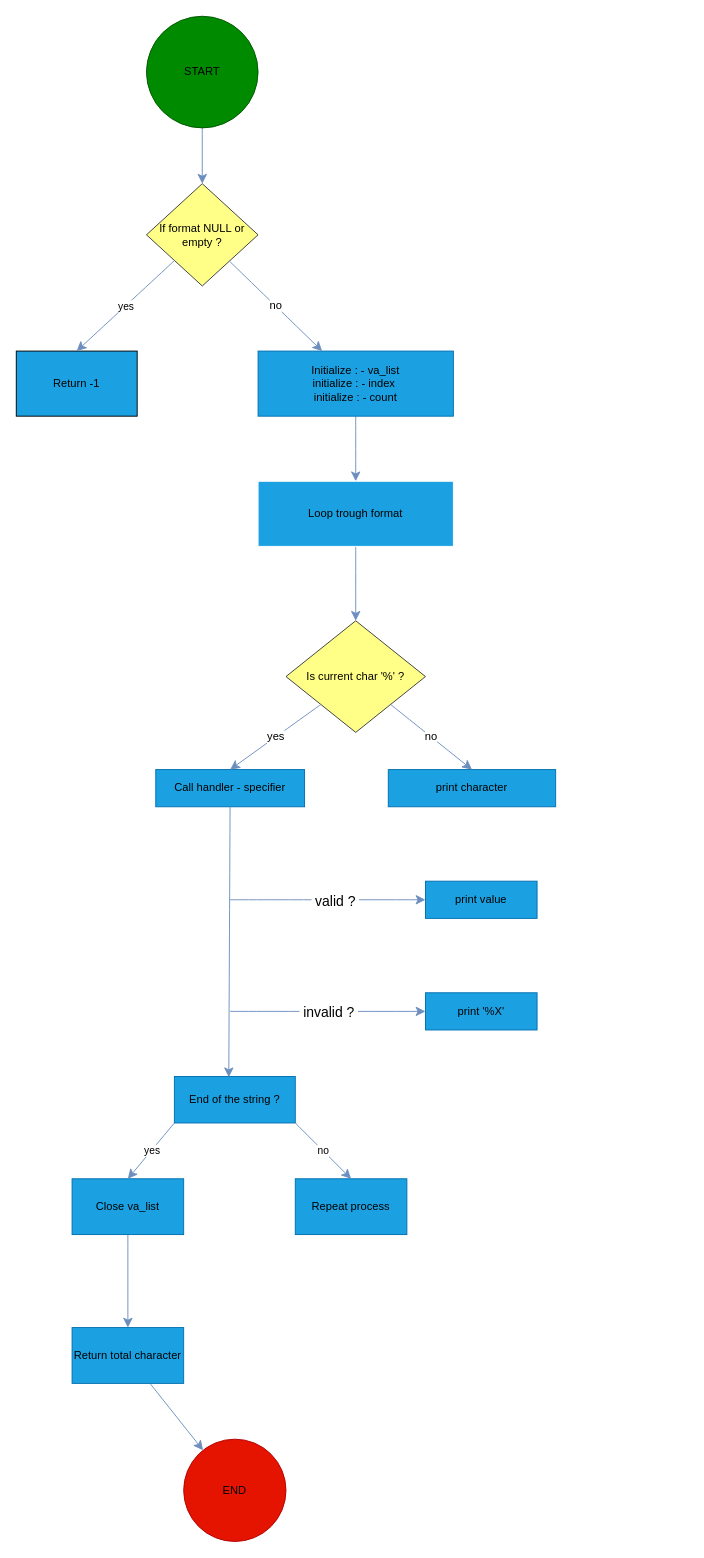
This is Diagramme sans nom.drawio from Warrre/holbertonschool-low_level_programming, a draw.io file, before an edit. Source tidied: cells renumbered, new cells numbered last; positions are measured from the earlier drawing's top-left corner, leaving out a move shared by most shapes. Both pictures are drawn from the tidied source at 93%, with x=0, y=0 at pixel (16, 16).
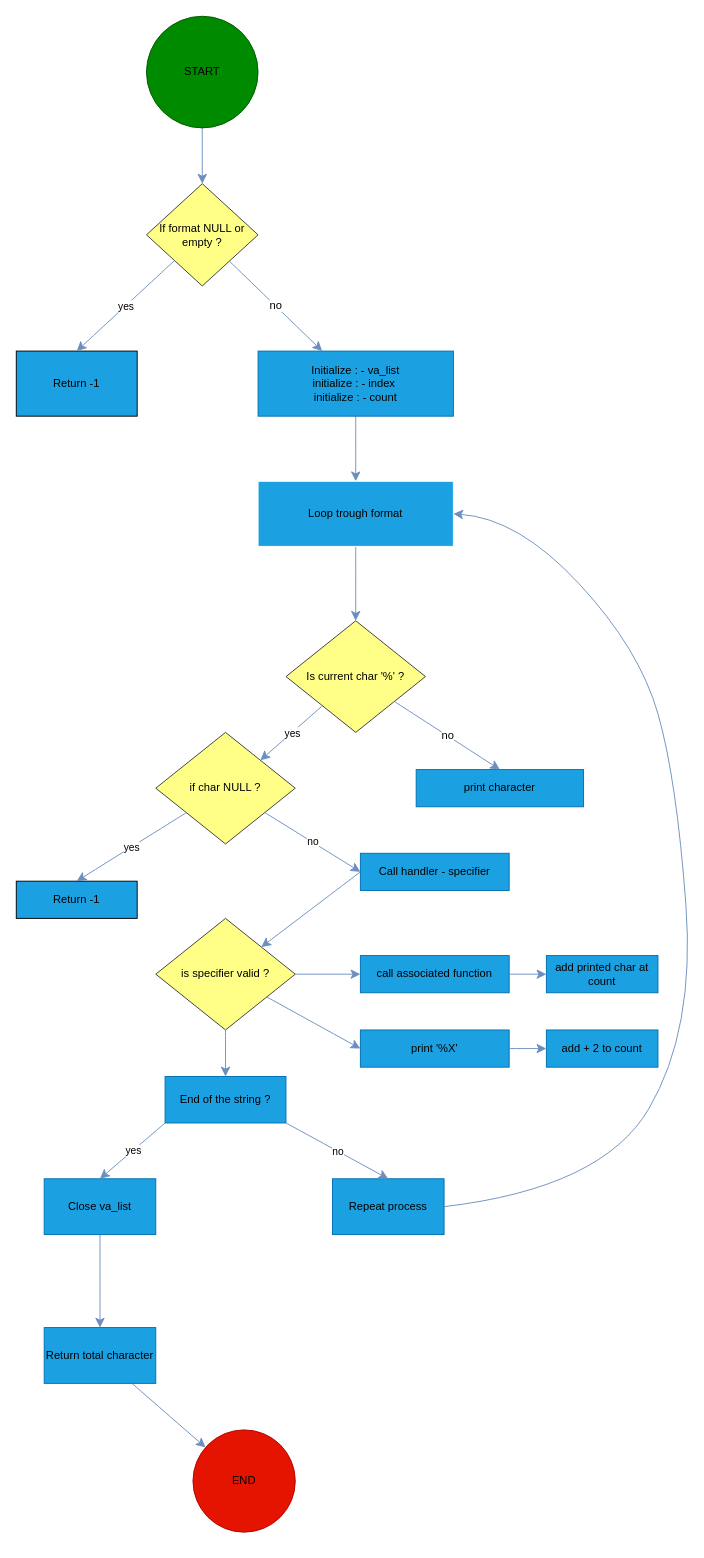
Above is the later version.

Commit message:
Mettre à jour Diagramme sans nom.drawio

The change refers to these unchanged cells:
```xml
<mxCell id="5" value="&lt;font style=&quot;color: rgb(0, 0, 0);&quot;&gt;Loop trough format&lt;/font&gt;" style="whiteSpace=wrap;html=1;labelBackgroundColor=none;fillColor=#1ba1e2;strokeColor=#FFFFFF;fontColor=#ffffff;" parent="1" vertex="1">
  <mxGeometry x="260" y="500" width="210" height="70" as="geometry" />
</mxCell>
<mxCell id="8" value="Is current char '%' ?" style="rhombus;whiteSpace=wrap;html=1;fillColor=#ffff88;strokeColor=#36393d;labelBackgroundColor=none;" parent="1" vertex="1">
  <mxGeometry x="290" y="650" width="150" height="120" as="geometry" />
</mxCell>
```

What changed in the source:
```diff
@@
     <mxCell id="9" value="&lt;div&gt;&lt;font style=&quot;color: rgb(0, 0, 0);&quot;&gt;Call handler - specifier&lt;/font&gt;&lt;/div&gt;" style="whiteSpace=wrap;html=1;fillColor=#1ba1e2;strokeColor=#006EAF;labelBackgroundColor=none;fontColor=#ffffff;" parent="1" vertex="1">
-      <mxGeometry x="150" y="810" width="160" height="40" as="geometry" />
+      <mxGeometry x="370" y="900" width="160" height="40" as="geometry" />
     </mxCell>
     <mxCell id="10" value="&lt;font style=&quot;color: rgb(0, 0, 0);&quot;&gt;print character&lt;/font&gt;" style="whiteSpace=wrap;html=1;fillColor=#1ba1e2;strokeColor=#006EAF;labelBackgroundColor=none;fontColor=#ffffff;" parent="1" vertex="1">
-      <mxGeometry x="400" y="810" width="180" height="40" as="geometry" />
+      <mxGeometry x="430" y="810" width="180" height="40" as="geometry" />
     </mxCell>
     <mxCell id="11" value="&lt;font style=&quot;color: rgb(0, 0, 0);&quot;&gt;End of the string ?&lt;/font&gt;" style="whiteSpace=wrap;html=1;fillColor=#1ba1e2;strokeColor=#006EAF;labelBackgroundColor=none;fontColor=#ffffff;" parent="1" vertex="1">
-      <mxGeometry x="170" y="1140" width="130" height="50" as="geometry" />
+      <mxGeometry x="160" y="1140" width="130" height="50" as="geometry" />
     </mxCell>
-    <mxCell id="12" value="&lt;font style=&quot;color: rgb(0, 0, 0);&quot;&gt;print value&lt;/font&gt;" style="whiteSpace=wrap;html=1;fillColor=#1ba1e2;strokeColor=#006EAF;fontColor=#ffffff;" parent="1" vertex="1">
-      <mxGeometry x="440" y="930" width="120" height="40" as="geometry" />
+    <mxCell id="12" value="&lt;font style=&quot;color: rgb(0, 0, 0);&quot;&gt;call associated function&lt;/font&gt;" style="whiteSpace=wrap;html=1;fillColor=#1ba1e2;strokeColor=#006EAF;fontColor=#ffffff;" parent="1" vertex="1">
+      <mxGeometry x="370" y="1010" width="160" height="40" as="geometry" />
     </mxCell>
     <mxCell id="13" value="&lt;font style=&quot;color: rgb(0, 0, 0);&quot;&gt;print '%X'&lt;/font&gt;" style="whiteSpace=wrap;html=1;fillColor=#1ba1e2;strokeColor=#006EAF;fontColor=#ffffff;" parent="1" vertex="1">
-      <mxGeometry x="440" y="1050" width="120" height="40" as="geometry" />
+      <mxGeometry x="370" y="1090" width="160" height="40" as="geometry" />
     </mxCell>
     <mxCell id="14" value="&lt;font style=&quot;color: rgb(0, 0, 0);&quot;&gt;Repeat process&lt;/font&gt;" style="whiteSpace=wrap;html=1;fillColor=#1ba1e2;strokeColor=#006EAF;labelBackgroundColor=none;fontColor=#ffffff;" parent="1" vertex="1">
-      <mxGeometry x="300" y="1250" width="120" height="60" as="geometry" />
+      <mxGeometry x="340" y="1250" width="120" height="60" as="geometry" />
     </mxCell>
@@
     <mxCell id="16" value="&lt;font style=&quot;color: rgb(0, 0, 0);&quot;&gt;Close va_list&lt;/font&gt;" style="whiteSpace=wrap;html=1;fillColor=#1ba1e2;strokeColor=#006EAF;labelBackgroundColor=none;fontColor=#ffffff;" parent="1" vertex="1">
-      <mxGeometry x="60" y="1250" width="120" height="60" as="geometry" />
+      <mxGeometry x="30" y="1250" width="120" height="60" as="geometry" />
     </mxCell>
@@
     <mxCell id="18" value="&lt;font style=&quot;color: rgb(0, 0, 0);&quot;&gt;Return total character&lt;/font&gt;" style="whiteSpace=wrap;html=1;fillColor=#1ba1e2;strokeColor=#006EAF;labelBackgroundColor=none;fontColor=#ffffff;" parent="1" vertex="1">
-      <mxGeometry x="60" y="1410" width="120" height="60" as="geometry" />
+      <mxGeometry x="30" y="1410" width="120" height="60" as="geometry" />
     </mxCell>
     <mxCell id="19" value="&lt;font style=&quot;color: rgb(0, 0, 0);&quot;&gt;END&lt;/font&gt;" style="ellipse;whiteSpace=wrap;html=1;fillColor=#e51400;strokeColor=#B20000;labelBackgroundColor=none;fontColor=#ffffff;" parent="1" vertex="1">
-      <mxGeometry x="180" y="1530" width="110" height="110" as="geometry" />
+      <mxGeometry x="190" y="1520" width="110" height="110" as="geometry" />
     </mxCell>
@@
-    <mxCell id="22" style="endArrow=classic;html=1;rounded=0;fontSize=12;startSize=8;endSize=8;curved=1;entryX=0.45;entryY=0.017;entryDx=0;entryDy=0;entryPerimeter=0;fillColor=#dae8fc;strokeColor=#6c8ebf;" parent="1" edge="1" source="9" target="11">
-      <mxGeometry relative="1" as="geometry" />
-    </mxCell>
@@
-    <mxCell id="26" value="yes" style="endArrow=classic;html=1;rounded=0;fontSize=12;startSize=8;endSize=8;curved=1;exitX=0;exitY=1;exitDx=0;exitDy=0;entryX=0.5;entryY=0;entryDx=0;entryDy=0;fillColor=#dae8fc;strokeColor=#6c8ebf;" parent="1" edge="1" source="8" target="9">
-      <mxGeometry relative="1" as="geometry" />
-    </mxCell>
@@
-    <mxCell id="28" style="endArrow=classic;html=1;rounded=0;fontSize=12;startSize=8;endSize=8;curved=1;entryX=0;entryY=0.5;entryDx=0;entryDy=0;fillColor=#dae8fc;strokeColor=#6c8ebf;" parent="1" edge="1" target="12">
-      <mxGeometry relative="1" as="geometry">
-        <mxPoint x="230" y="950" as="sourcePoint" />
-      </mxGeometry>
-    </mxCell>
-    <mxCell id="29" value="&amp;nbsp;valid ?&amp;nbsp;" style="edgeLabel;html=1;align=center;verticalAlign=middle;fontSize=15;" parent="28" vertex="1">
-      <mxGeometry relative="1" as="geometry">
-        <mxPoint x="7" as="offset" />
-      </mxGeometry>
-    </mxCell>
-    <mxCell id="30" style="endArrow=classic;html=1;rounded=0;fontSize=12;startSize=8;endSize=8;curved=1;entryX=0;entryY=0.5;entryDx=0;entryDy=0;fillColor=#dae8fc;strokeColor=#6c8ebf;" parent="1" edge="1" target="13">
-      <mxGeometry relative="1" as="geometry">
-        <mxPoint x="230" y="1070" as="sourcePoint" />
-      </mxGeometry>
-    </mxCell>
-    <mxCell id="31" value="&amp;nbsp;invalid ?&amp;nbsp;" style="edgeLabel;html=1;align=center;verticalAlign=middle;fontSize=15;" parent="30" vertex="1">
-      <mxGeometry relative="1" as="geometry" />
-    </mxCell>
@@
+    <mxCell id="36" value="if char NULL ?" style="rhombus;whiteSpace=wrap;html=1;fillColor=#ffff88;strokeColor=#36393d;labelBackgroundColor=none;" parent="1" vertex="1">
+      <mxGeometry x="150" y="770" width="150" height="120" as="geometry" />
+    </mxCell>
+    <mxCell id="37" value="&lt;font style=&quot;color: rgb(0, 0, 0);&quot;&gt;Return -1&lt;/font&gt;" style="whiteSpace=wrap;html=1;labelBackgroundColor=none;fillColor=#1ba1e2;strokeColor=#000000;fontColor=#ffffff;" parent="1" vertex="1">
+      <mxGeometry y="930" width="130" height="40" as="geometry" />
+    </mxCell>
+    <mxCell id="38" style="endArrow=classic;html=1;rounded=0;fontSize=12;startSize=8;endSize=8;curved=1;entryX=0.5;entryY=0;entryDx=0;entryDy=0;fillColor=#dae8fc;strokeColor=#6c8ebf;" parent="1" edge="1" source="36" target="37">
+      <mxGeometry relative="1" as="geometry" />
+    </mxCell>
+    <mxCell id="39" value="yes" style="edgeLabel;html=1;align=center;verticalAlign=middle;" parent="38" vertex="1">
+      <mxGeometry relative="1" as="geometry" />
+    </mxCell>
+    <mxCell id="40" value="is specifier valid ?" style="rhombus;whiteSpace=wrap;html=1;fillColor=#ffff88;strokeColor=#36393d;labelBackgroundColor=none;" parent="1" vertex="1">
+      <mxGeometry x="150" y="970" width="150" height="120" as="geometry" />
+    </mxCell>
+    <mxCell id="41" value="&lt;font color=&quot;#000000&quot;&gt;add printed char at count&lt;/font&gt;" style="whiteSpace=wrap;html=1;fillColor=#1ba1e2;strokeColor=#006EAF;fontColor=#ffffff;" parent="1" vertex="1">
+      <mxGeometry x="570" y="1010" width="120" height="40" as="geometry" />
+    </mxCell>
+    <mxCell id="42" value="&lt;font style=&quot;color: rgb(0, 0, 0);&quot;&gt;add + 2 to count&lt;/font&gt;" style="whiteSpace=wrap;html=1;fillColor=#1ba1e2;strokeColor=#006EAF;fontColor=#ffffff;" parent="1" vertex="1">
+      <mxGeometry x="570" y="1090" width="120" height="40" as="geometry" />
+    </mxCell>
+    <mxCell id="43" style="curved=1;endArrow=classic;html=1;rounded=0;fontSize=12;startSize=8;endSize=8;exitX=1;exitY=0.5;exitDx=0;exitDy=0;entryX=1;entryY=0.5;entryDx=0;entryDy=0;fillColor=#dae8fc;strokeColor=#6c8ebf;" parent="1" edge="1" source="14" target="5">
+      <mxGeometry relative="1" as="geometry">
+        <Array as="points">
+          <mxPoint x="630" y="1260" />
+          <mxPoint x="730" y="1090" />
+          <mxPoint x="710" y="820" />
+          <mxPoint x="670" y="680" />
+          <mxPoint x="540" y="540" />
+        </Array>
+      </mxGeometry>
+    </mxCell>
+    <mxCell id="44" style="endArrow=classic;html=1;rounded=0;fontSize=12;startSize=8;endSize=8;curved=1;entryX=1;entryY=0;entryDx=0;entryDy=0;fillColor=#dae8fc;strokeColor=#6c8ebf;" parent="1" edge="1" source="8" target="36">
+      <mxGeometry relative="1" as="geometry" />
+    </mxCell>
+    <mxCell id="45" value="yes" style="edgeLabel;html=1;align=center;verticalAlign=middle;" parent="44" vertex="1">
+      <mxGeometry relative="1" as="geometry" />
+    </mxCell>
+    <mxCell id="46" style="endArrow=classic;html=1;rounded=0;fontSize=12;startSize=8;endSize=8;curved=1;entryX=0.5;entryY=0;entryDx=0;entryDy=0;exitX=0.5;exitY=1;exitDx=0;exitDy=0;fillColor=#dae8fc;strokeColor=#6c8ebf;" parent="1" edge="1" source="40" target="11">
+      <mxGeometry relative="1" as="geometry" />
+    </mxCell>
+    <mxCell id="47" style="endArrow=classic;html=1;rounded=0;fontSize=12;startSize=8;endSize=8;curved=1;entryX=0;entryY=0.5;entryDx=0;entryDy=0;exitX=1;exitY=0.5;exitDx=0;exitDy=0;fillColor=#dae8fc;strokeColor=#6c8ebf;" parent="1" edge="1" source="13" target="42">
+      <mxGeometry relative="1" as="geometry" />
+    </mxCell>
+    <mxCell id="48" style="endArrow=classic;html=1;rounded=0;fontSize=12;startSize=8;endSize=8;curved=1;entryX=0;entryY=0.5;entryDx=0;entryDy=0;exitX=1;exitY=0.5;exitDx=0;exitDy=0;fillColor=#dae8fc;strokeColor=#6c8ebf;" parent="1" edge="1" source="12" target="41">
+      <mxGeometry relative="1" as="geometry" />
+    </mxCell>
+    <mxCell id="49" style="endArrow=classic;html=1;rounded=0;fontSize=12;startSize=8;endSize=8;curved=1;entryX=0;entryY=0.5;entryDx=0;entryDy=0;fillColor=#dae8fc;strokeColor=#6c8ebf;" parent="1" edge="1" source="36" target="9">
+      <mxGeometry relative="1" as="geometry" />
+    </mxCell>
+    <mxCell id="50" value="no" style="edgeLabel;html=1;align=center;verticalAlign=middle;" parent="49" vertex="1">
+      <mxGeometry relative="1" as="geometry" />
+    </mxCell>
+    <mxCell id="51" style="endArrow=classic;html=1;rounded=0;fontSize=12;startSize=8;endSize=8;curved=1;fillColor=#dae8fc;strokeColor=#6c8ebf;" parent="1" edge="1" target="40">
+      <mxGeometry relative="1" as="geometry">
+        <mxPoint x="370" y="920" as="sourcePoint" />
+      </mxGeometry>
+    </mxCell>
+    <mxCell id="52" style="endArrow=classic;html=1;rounded=0;fontSize=12;startSize=8;endSize=8;curved=1;exitX=1;exitY=0.5;exitDx=0;exitDy=0;entryX=0;entryY=0.5;entryDx=0;entryDy=0;fillColor=#dae8fc;strokeColor=#6c8ebf;" parent="1" edge="1" source="40" target="12">
+      <mxGeometry relative="1" as="geometry" />
+    </mxCell>
+    <mxCell id="53" style="endArrow=classic;html=1;rounded=0;fontSize=12;startSize=8;endSize=8;curved=1;entryX=0;entryY=0.5;entryDx=0;entryDy=0;fillColor=#dae8fc;strokeColor=#6c8ebf;" parent="1" edge="1" source="40" target="13">
+      <mxGeometry relative="1" as="geometry" />
+    </mxCell>
```
